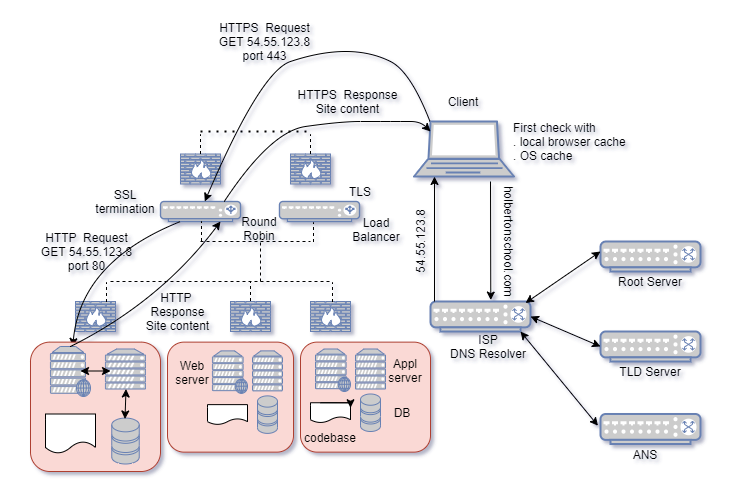
Before: 0x11-what_happens_when_your_type_holbertonschool_com_in_your_browser_and_press_enter/images/blog.png, a diagram exported from draw.io (huy75/holberton-system_engineering-devops). Source tidied: cells renumbered, new cells last; positions are measured from the earlier drawing's top-left corner, leaving out a move shared by most shapes.
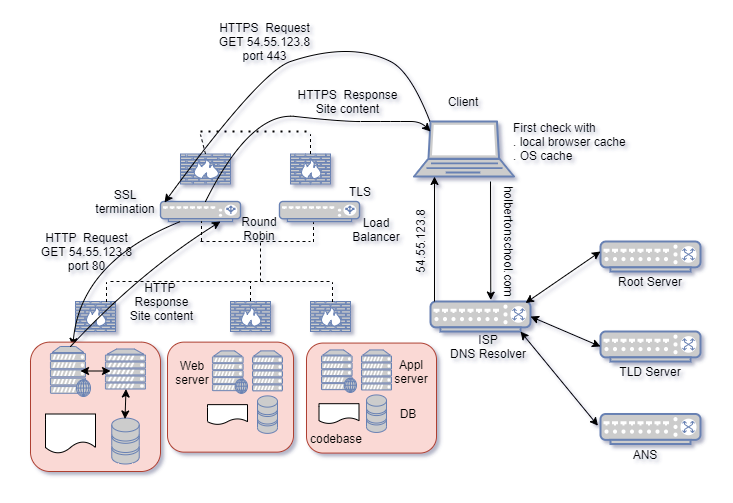
The same diagram one commit later.

What changed in the source:
```diff
@@ -54,7 +54,7 @@
       </mxGeometry>
     </mxCell>
     <mxCell id="17" style="fontColor=#0066CC;verticalAlign=top;verticalLabelPosition=bottom;labelPosition=center;align=center;html=1;outlineConnect=0;fillColor=#CCCCCC;strokeColor=#6881B3;gradientColor=none;gradientDirection=north;strokeWidth=2;shape=mxgraph.networks.firewall;" parent="1" vertex="1">
-      <mxGeometry x="160" y="122.5" width="40" height="30" as="geometry" />
+      <mxGeometry x="160" y="122.5" width="50" height="30" as="geometry" />
     </mxCell>
     <mxCell id="18" style="fontColor=#0066CC;verticalAlign=top;verticalLabelPosition=bottom;labelPosition=center;align=center;html=1;fillColor=#CCCCCC;strokeColor=#6881B3;gradientColor=none;gradientDirection=north;strokeWidth=2;shape=mxgraph.networks.firewall;" parent="1" vertex="1">
       <mxGeometry x="270" y="122.5" width="40" height="30" as="geometry" />
@@ -86,7 +86,7 @@
         <mxPoint x="577.5" y="394.2" as="targetPoint" />
       </mxGeometry>
     </mxCell>
-    <mxCell id="25" style="curved=1;endArrow=classic;html=1;exitX=0.16;exitY=0;exitDx=0;exitDy=0;exitPerimeter=0;" parent="1" edge="1" source="4" target="19">
+    <mxCell id="25" style="curved=1;endArrow=classic;html=1;exitX=0.16;exitY=0;exitDx=0;exitDy=0;exitPerimeter=0;entryX=0.05;entryY=0.05;entryDx=0;entryDy=0;entryPerimeter=0;" parent="1" edge="1" source="4" target="19">
       <mxGeometry relative="1" as="geometry">
         <Array as="points">
           <mxPoint x="390" y="40" />
@@ -177,7 +177,7 @@
       <mxGeometry x="261" y="60" width="132.5" height="20" as="geometry" />
     </mxCell>
     <mxCell id="42" style="group;shadow=1;" parent="1" vertex="1">
-      <mxGeometry x="290" y="317.5" width="120" height="103.1" as="geometry" />
+      <mxGeometry x="296" y="318.4" width="120" height="103.1" as="geometry" />
     </mxCell>
     <mxCell id="43" style="whiteSpace=wrap;html=1;fillColor=#fad9d5;fontSize=14;strokeColor=#ae4132;verticalAlign=top;rounded=1;" parent="42" vertex="1">
       <mxGeometry x="-10" y="-6.9" width="130" height="110" as="geometry" />
@@ -191,12 +191,6 @@
     <mxCell id="46" style="fontColor=#0066CC;verticalAlign=top;verticalLabelPosition=bottom;labelPosition=center;align=center;html=1;fillColor=#CCCCCC;strokeColor=#6881B3;gradientColor=none;gradientDirection=north;strokeWidth=2;shape=mxgraph.networks.server;" parent="42" vertex="1">
       <mxGeometry x="45" width="30" height="40" as="geometry" />
     </mxCell>
-    <mxCell id="47" style="shape=document;whiteSpace=wrap;html=1;boundedLbl=1;" parent="42" vertex="1">
-      <mxGeometry y="53.8" width="40" height="20" as="geometry" />
-    </mxCell>
-    <mxCell id="48" style="edgeStyle=orthogonalEdgeStyle;rounded=0;orthogonalLoop=1;jettySize=auto;html=1;exitX=0.25;exitY=0;exitDx=0;exitDy=0;entryX=1;entryY=0.25;entryDx=0;entryDy=0;" parent="42" edge="1" source="47" target="47">
-      <mxGeometry relative="1" as="geometry" />
-    </mxCell>
     <mxCell id="49" value="Appl server" style="text;html=1;strokeColor=none;fillColor=none;align=center;verticalAlign=middle;whiteSpace=wrap;rounded=0;" parent="42" vertex="1">
       <mxGeometry x="75" y="11.2" width="40" height="20" as="geometry" />
     </mxCell>
@@ -206,6 +200,9 @@
     <mxCell id="51" value="codebase" style="text;html=1;strokeColor=none;fillColor=none;align=center;verticalAlign=middle;whiteSpace=wrap;rounded=0;" parent="42" vertex="1">
       <mxGeometry y="78.5" width="40" height="20" as="geometry" />
     </mxCell>
+    <mxCell id="74" style="shape=document;whiteSpace=wrap;html=1;boundedLbl=1;" parent="42" vertex="1">
+      <mxGeometry x="2.5" y="53.8" width="40" height="20" as="geometry" />
+    </mxCell>
     <mxCell id="52" style="group;shadow=1;" parent="1" vertex="1">
       <mxGeometry x="187" y="319.4" width="86" height="101.2" as="geometry" />
     </mxCell>
@@ -270,16 +267,15 @@
     <mxCell id="69" style="curved=1;endArrow=classic;html=1;entryX=0.75;entryY=1;entryDx=0;entryDy=0;entryPerimeter=0;exitX=0.5;exitY=0;exitDx=0;exitDy=0;exitPerimeter=0;" parent="1" edge="1" source="62" target="19">
       <mxGeometry relative="1" as="geometry">
         <Array as="points">
-          <mxPoint x="140" y="270" />
+          <mxPoint x="120" y="240" />
         </Array>
       </mxGeometry>
     </mxCell>
-    <mxCell id="70" style="curved=1;endArrow=classic;html=1;exitX=0;exitY=1;exitDx=0;exitDy=0;" parent="1" edge="1">
+    <mxCell id="70" style="curved=1;endArrow=classic;html=1;" parent="1" edge="1" source="19">
       <mxGeometry relative="1" as="geometry">
-        <mxPoint x="203.8" y="170" as="sourcePoint" />
         <mxPoint x="410" y="100" as="targetPoint" />
         <Array as="points">
-          <mxPoint x="250" y="100" />
+          <mxPoint x="230" y="80" />
           <mxPoint x="320" y="90" />
           <mxPoint x="360" y="90" />
           <mxPoint x="380" y="90" />
@@ -288,7 +284,7 @@
       </mxGeometry>
     </mxCell>
     <mxCell id="71" value="HTTP&amp;nbsp; Response&lt;br&gt;Site content" style="text;html=1;strokeColor=none;fillColor=none;align=center;verticalAlign=middle;whiteSpace=wrap;rounded=0;" parent="1" vertex="1">
-      <mxGeometry x="111.2" y="270" width="92.5" height="20" as="geometry" />
+      <mxGeometry x="95" y="260" width="92.5" height="20" as="geometry" />
     </mxCell>
     <mxCell id="72" value="SSL termination" style="text;html=1;strokeColor=none;fillColor=none;align=center;verticalAlign=middle;whiteSpace=wrap;rounded=0;" parent="1" vertex="1">
       <mxGeometry x="85" y="160" width="40" height="20" as="geometry" />
```
